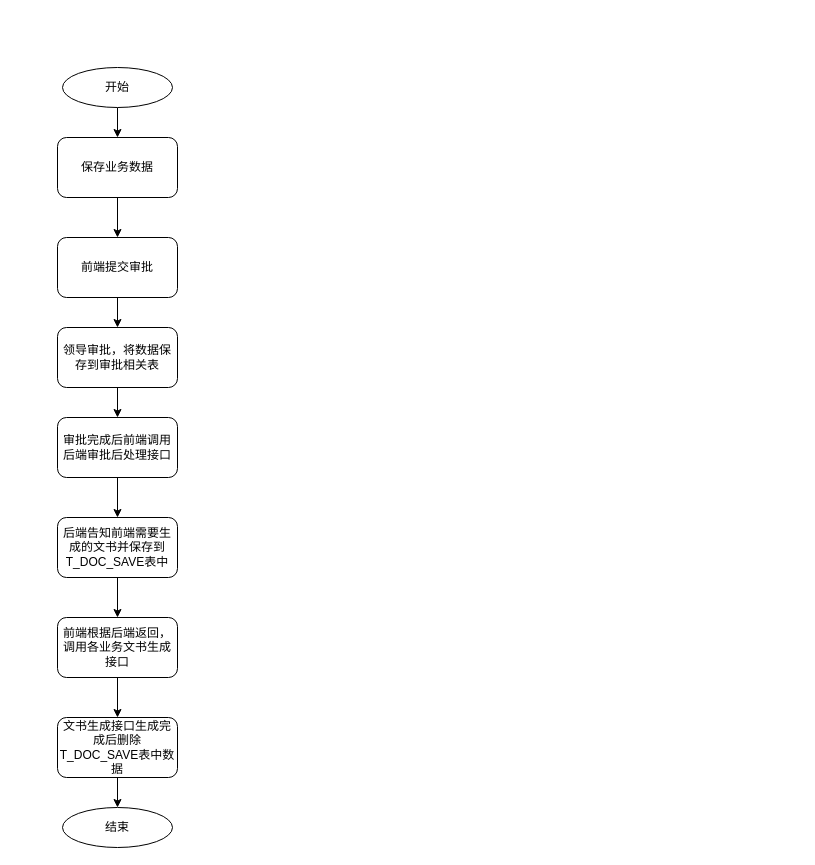
Earlier version of the draw.io diagram 审批流程3.0.drawio (redtomatoL/design). Source tidied: cells renumbered, new cells numbered last; positions are measured from the earlier drawing's top-left corner, leaving out a move shared by most shapes. Both pictures are drawn from the tidied source at 100%, with x=0, y=0 at pixel (57, 67).
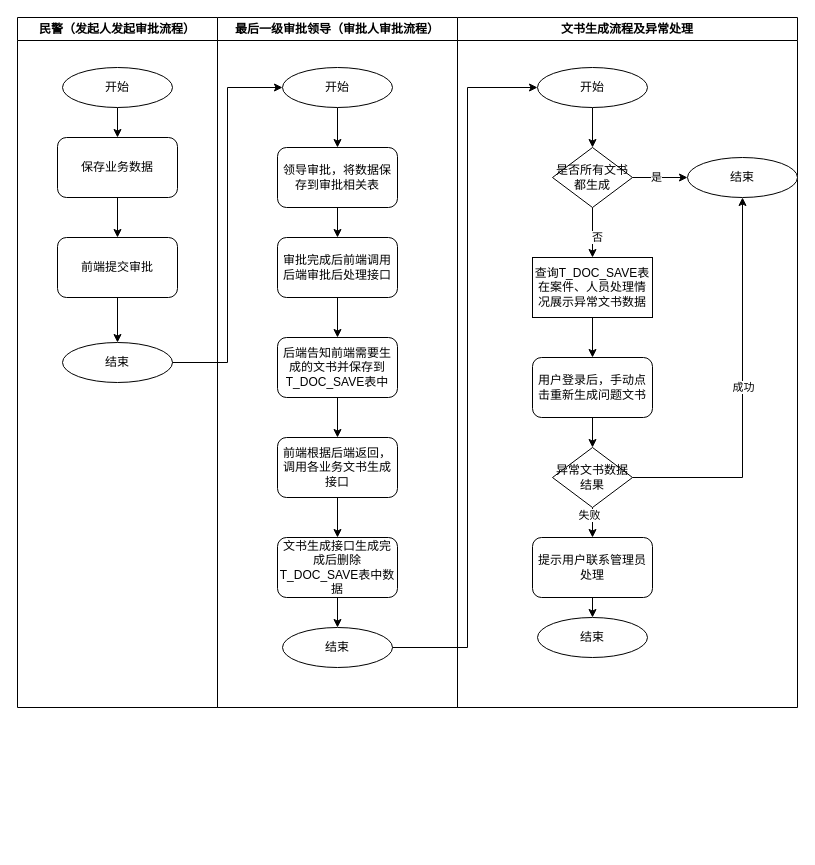
After the change.

Commit message:
更新审批流程3.0.drawio

The change refers to these unchanged cells:
```xml
<mxCell id="5" value="前端提交审批" style="whiteSpace=wrap;html=1;rounded=1;" parent="1" vertex="1">
  <mxGeometry y="170" width="120" height="60" as="geometry" />
</mxCell>
```

Diff of the diagram source:
```diff
@@
-    <mxCell id="4" style="edgeStyle=orthogonalEdgeStyle;rounded=0;jettySize=auto;html=1;" parent="1" edge="1" source="5" target="7">
-      <mxGeometry relative="1" as="geometry" />
-    </mxCell>
+    <mxCell id="19" style="edgeStyle=orthogonalEdgeStyle;rounded=0;jettySize=auto;html=1;exitX=0.5;exitY=1;exitDx=0;exitDy=0;entryX=0.5;entryY=0;entryDx=0;entryDy=0;" parent="1" edge="1" source="5" target="21">
+      <mxGeometry relative="1" as="geometry" />
+    </mxCell>
@@
-    <mxCell id="6" style="edgeStyle=orthogonalEdgeStyle;rounded=0;jettySize=auto;html=1;" parent="1" edge="1" source="7" target="9">
-      <mxGeometry relative="1" as="geometry" />
-    </mxCell>
-    <mxCell id="7" value="领导审批，将数据保存到审批相关表" style="whiteSpace=wrap;html=1;rounded=1;" parent="1" vertex="1">
-      <mxGeometry y="260" width="120" height="60" as="geometry" />
-    </mxCell>
-    <mxCell id="8" style="edgeStyle=orthogonalEdgeStyle;rounded=0;jettySize=auto;html=1;" parent="1" edge="1" source="9" target="11">
-      <mxGeometry relative="1" as="geometry" />
-    </mxCell>
-    <mxCell id="9" value="审批完成后前端调用后端审批后处理接口" style="whiteSpace=wrap;html=1;rounded=1;" parent="1" vertex="1">
-      <mxGeometry y="350" width="120" height="60" as="geometry" />
-    </mxCell>
-    <mxCell id="10" style="edgeStyle=orthogonalEdgeStyle;rounded=0;jettySize=auto;html=1;" parent="1" edge="1" source="11" target="15">
-      <mxGeometry relative="1" as="geometry" />
-    </mxCell>
-    <mxCell id="11" value="后端告知前端需要生成的文书并保存到T_DOC_SAVE表中" style="whiteSpace=wrap;html=1;rounded=1;" parent="1" vertex="1">
-      <mxGeometry y="450" width="120" height="60" as="geometry" />
-    </mxCell>
@@
+    <mxCell id="20" value="民警（发起人发起审批流程）" style="swimlane;whiteSpace=wrap;html=1;" parent="1" vertex="1">
+      <mxGeometry x="-40" y="-50" width="200" height="690" as="geometry" />
+    </mxCell>
+    <mxCell id="21" value="结束" style="ellipse;whiteSpace=wrap;html=1;" parent="20" vertex="1">
+      <mxGeometry x="45" y="325" width="110" height="40" as="geometry" />
+    </mxCell>
+    <mxCell id="22" value="最后一级审批领导（审批人审批流程）" style="swimlane;whiteSpace=wrap;html=1;" parent="1" vertex="1">
+      <mxGeometry x="160" y="-50" width="240" height="690" as="geometry" />
+    </mxCell>
+    <mxCell id="23" style="edgeStyle=orthogonalEdgeStyle;rounded=0;jettySize=auto;html=1;" parent="22" edge="1" source="24" target="7">
+      <mxGeometry relative="1" as="geometry" />
+    </mxCell>
+    <mxCell id="24" value="开始" style="ellipse;whiteSpace=wrap;html=1;" parent="22" vertex="1">
+      <mxGeometry x="65" y="50" width="110" height="40" as="geometry" />
+    </mxCell>
+    <mxCell id="7" value="领导审批，将数据保存到审批相关表" style="whiteSpace=wrap;html=1;rounded=1;" parent="22" vertex="1">
+      <mxGeometry x="60" y="130" width="120" height="60" as="geometry" />
+    </mxCell>
+    <mxCell id="9" value="审批完成后前端调用后端审批后处理接口" style="whiteSpace=wrap;html=1;rounded=1;" parent="22" vertex="1">
+      <mxGeometry x="60" y="220" width="120" height="60" as="geometry" />
+    </mxCell>
+    <mxCell id="6" style="edgeStyle=orthogonalEdgeStyle;rounded=0;jettySize=auto;html=1;" parent="22" edge="1" source="7" target="9">
+      <mxGeometry relative="1" as="geometry" />
+    </mxCell>
+    <mxCell id="11" value="后端告知前端需要生成的文书并保存到T_DOC_SAVE表中" style="whiteSpace=wrap;html=1;rounded=1;" parent="22" vertex="1">
+      <mxGeometry x="60" y="320" width="120" height="60" as="geometry" />
+    </mxCell>
+    <mxCell id="8" style="edgeStyle=orthogonalEdgeStyle;rounded=0;jettySize=auto;html=1;" parent="22" edge="1" source="9" target="11">
+      <mxGeometry relative="1" as="geometry" />
+    </mxCell>
+    <mxCell id="15" value="前端根据后端返回，调用各业务文书生成接口" style="whiteSpace=wrap;html=1;rounded=1;" parent="22" vertex="1">
+      <mxGeometry x="60" y="420" width="120" height="60" as="geometry" />
+    </mxCell>
+    <mxCell id="10" style="edgeStyle=orthogonalEdgeStyle;rounded=0;jettySize=auto;html=1;" parent="22" edge="1" source="11" target="15">
+      <mxGeometry relative="1" as="geometry" />
+    </mxCell>
+    <mxCell id="17" value="文书生成接口生成完成后删除T_DOC_SAVE表中数据" style="whiteSpace=wrap;html=1;rounded=1;" parent="22" vertex="1">
+      <mxGeometry x="60" y="520" width="120" height="60" as="geometry" />
+    </mxCell>
-    <mxCell id="14" style="edgeStyle=orthogonalEdgeStyle;rounded=0;jettySize=auto;html=1;" parent="1" edge="1" source="15" target="17">
+    <mxCell id="14" style="edgeStyle=orthogonalEdgeStyle;rounded=0;jettySize=auto;html=1;" parent="22" edge="1" source="15" target="17">
       <mxGeometry relative="1" as="geometry" />
     </mxCell>
-    <mxCell id="15" value="前端根据后端返回，调用各业务文书生成接口" style="whiteSpace=wrap;html=1;rounded=1;" parent="1" vertex="1">
-      <mxGeometry y="550" width="120" height="60" as="geometry" />
-    </mxCell>
+    <mxCell id="18" value="结束" style="ellipse;whiteSpace=wrap;html=1;" parent="22" vertex="1">
+      <mxGeometry x="65" y="610" width="110" height="40" as="geometry" />
+    </mxCell>
-    <mxCell id="16" style="edgeStyle=orthogonalEdgeStyle;rounded=0;jettySize=auto;html=1;" parent="1" edge="1" source="17" target="18">
+    <mxCell id="16" style="edgeStyle=orthogonalEdgeStyle;rounded=0;jettySize=auto;html=1;" parent="22" edge="1" source="17" target="18">
       <mxGeometry relative="1" as="geometry" />
     </mxCell>
-    <mxCell id="17" value="文书生成接口生成完成后删除T_DOC_SAVE表中数据" style="whiteSpace=wrap;html=1;rounded=1;" parent="1" vertex="1">
-      <mxGeometry y="650" width="120" height="60" as="geometry" />
-    </mxCell>
-    <mxCell id="18" value="结束" style="ellipse;whiteSpace=wrap;html=1;" parent="1" vertex="1">
-      <mxGeometry x="5" y="740" width="110" height="40" as="geometry" />
-    </mxCell>
+    <mxCell id="25" style="edgeStyle=orthogonalEdgeStyle;rounded=0;jettySize=auto;html=1;exitX=1;exitY=0.5;exitDx=0;exitDy=0;entryX=0;entryY=0.5;entryDx=0;entryDy=0;" parent="1" edge="1" source="21" target="24">
+      <mxGeometry relative="1" as="geometry" />
+    </mxCell>
+    <mxCell id="26" value="文书生成流程及异常处理" style="swimlane;whiteSpace=wrap;html=1;" parent="1" vertex="1">
+      <mxGeometry x="400" y="-50" width="340" height="690" as="geometry" />
+    </mxCell>
+    <mxCell id="27" style="edgeStyle=orthogonalEdgeStyle;rounded=0;jettySize=auto;html=1;" parent="26" edge="1" source="28" target="33">
+      <mxGeometry relative="1" as="geometry" />
+    </mxCell>
+    <mxCell id="28" value="开始" style="ellipse;whiteSpace=wrap;html=1;" parent="26" vertex="1">
+      <mxGeometry x="80" y="50" width="110" height="40" as="geometry" />
+    </mxCell>
+    <mxCell id="29" style="edgeStyle=orthogonalEdgeStyle;rounded=0;jettySize=auto;html=1;" parent="26" edge="1" source="33" target="34">
+      <mxGeometry relative="1" as="geometry" />
+    </mxCell>
+    <mxCell id="30" value="是" style="edgeLabel;html=1;align=center;verticalAlign=middle;" parent="29" vertex="1">
+      <mxGeometry x="-0.17" y="1" relative="1" as="geometry" />
+    </mxCell>
+    <mxCell id="31" style="edgeStyle=orthogonalEdgeStyle;rounded=0;jettySize=auto;html=1;" parent="26" edge="1" source="33" target="36">
+      <mxGeometry relative="1" as="geometry" />
+    </mxCell>
+    <mxCell id="32" value="否" style="edgeLabel;html=1;align=center;verticalAlign=middle;" parent="31" vertex="1">
+      <mxGeometry x="0.15" y="4" relative="1" as="geometry" />
+    </mxCell>
+    <mxCell id="33" value="是否所有文书都生成" style="rhombus;whiteSpace=wrap;html=1;" parent="26" vertex="1">
+      <mxGeometry x="95" y="130" width="80" height="60" as="geometry" />
+    </mxCell>
+    <mxCell id="34" value="结束" style="ellipse;whiteSpace=wrap;html=1;" parent="26" vertex="1">
+      <mxGeometry x="230" y="140" width="110" height="40" as="geometry" />
+    </mxCell>
+    <mxCell id="35" style="edgeStyle=orthogonalEdgeStyle;rounded=0;jettySize=auto;html=1;" parent="26" edge="1" source="36" target="38">
+      <mxGeometry relative="1" as="geometry" />
+    </mxCell>
+    <mxCell id="36" value="查询T_DOC_SAVE表在案件、人员处理情况展示异常文书数据" style="whiteSpace=wrap;html=1;" parent="26" vertex="1">
+      <mxGeometry x="75" y="240" width="120" height="60" as="geometry" />
+    </mxCell>
+    <mxCell id="37" style="edgeStyle=orthogonalEdgeStyle;rounded=0;jettySize=auto;html=1;exitX=0.5;exitY=1;exitDx=0;exitDy=0;entryX=0.5;entryY=0;entryDx=0;entryDy=0;" parent="26" edge="1" source="38" target="43">
+      <mxGeometry relative="1" as="geometry" />
+    </mxCell>
+    <mxCell id="38" value="用户登录后，手动点击重新生成问题文书" style="rounded=1;whiteSpace=wrap;html=1;" parent="26" vertex="1">
+      <mxGeometry x="75" y="340" width="120" height="60" as="geometry" />
+    </mxCell>
+    <mxCell id="39" style="edgeStyle=orthogonalEdgeStyle;rounded=0;jettySize=auto;html=1;exitX=1;exitY=0.5;exitDx=0;exitDy=0;entryX=0.5;entryY=1;entryDx=0;entryDy=0;" parent="26" edge="1" source="43" target="34">
+      <mxGeometry relative="1" as="geometry" />
+    </mxCell>
+    <mxCell id="40" value="成功" style="edgeLabel;html=1;align=center;verticalAlign=middle;" parent="39" vertex="1">
+      <mxGeometry x="0.03" relative="1" as="geometry" />
+    </mxCell>
+    <mxCell id="41" style="edgeStyle=orthogonalEdgeStyle;rounded=0;jettySize=auto;html=1;exitX=0.5;exitY=1;exitDx=0;exitDy=0;entryX=0.5;entryY=0;entryDx=0;entryDy=0;" parent="26" edge="1" source="43" target="45">
+      <mxGeometry relative="1" as="geometry" />
+    </mxCell>
+    <mxCell id="42" value="失败" style="edgeLabel;html=1;align=center;verticalAlign=middle;" parent="41" vertex="1">
+      <mxGeometry x="-0.51" y="-4" relative="1" as="geometry" />
+    </mxCell>
+    <mxCell id="43" value="异常文书数据结果" style="rhombus;whiteSpace=wrap;html=1;" parent="26" vertex="1">
+      <mxGeometry x="95" y="430" width="80" height="60" as="geometry" />
+    </mxCell>
+    <mxCell id="44" style="edgeStyle=orthogonalEdgeStyle;rounded=0;jettySize=auto;html=1;exitX=0.5;exitY=1;exitDx=0;exitDy=0;entryX=0.5;entryY=0;entryDx=0;entryDy=0;" parent="26" edge="1" source="45" target="46">
+      <mxGeometry relative="1" as="geometry" />
+    </mxCell>
+    <mxCell id="45" value="提示用户联系管理员处理" style="rounded=1;whiteSpace=wrap;html=1;" parent="26" vertex="1">
+      <mxGeometry x="75" y="520" width="120" height="60" as="geometry" />
+    </mxCell>
+    <mxCell id="46" value="结束" style="ellipse;whiteSpace=wrap;html=1;" parent="26" vertex="1">
+      <mxGeometry x="80" y="600" width="110" height="40" as="geometry" />
+    </mxCell>
+    <mxCell id="47" style="edgeStyle=orthogonalEdgeStyle;rounded=0;jettySize=auto;html=1;exitX=1;exitY=0.5;exitDx=0;exitDy=0;entryX=0;entryY=0.5;entryDx=0;entryDy=0;" parent="1" edge="1" source="18" target="28">
+      <mxGeometry relative="1" as="geometry">
+        <Array as="points">
+          <mxPoint x="410" y="580" />
+          <mxPoint x="410" y="20" />
+        </Array>
+      </mxGeometry>
+    </mxCell>
```
